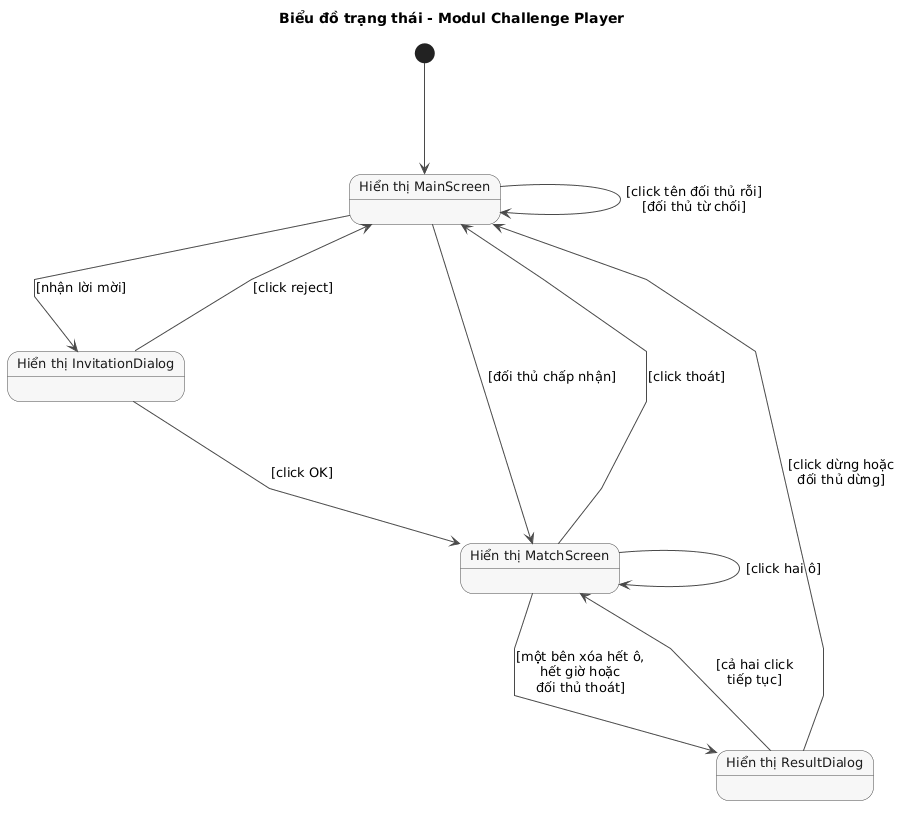
VattenL/mobile-pikachu keeps this PlantUML diagram as docs/uml/pha2/state-m3.png. Above is the earlier version.
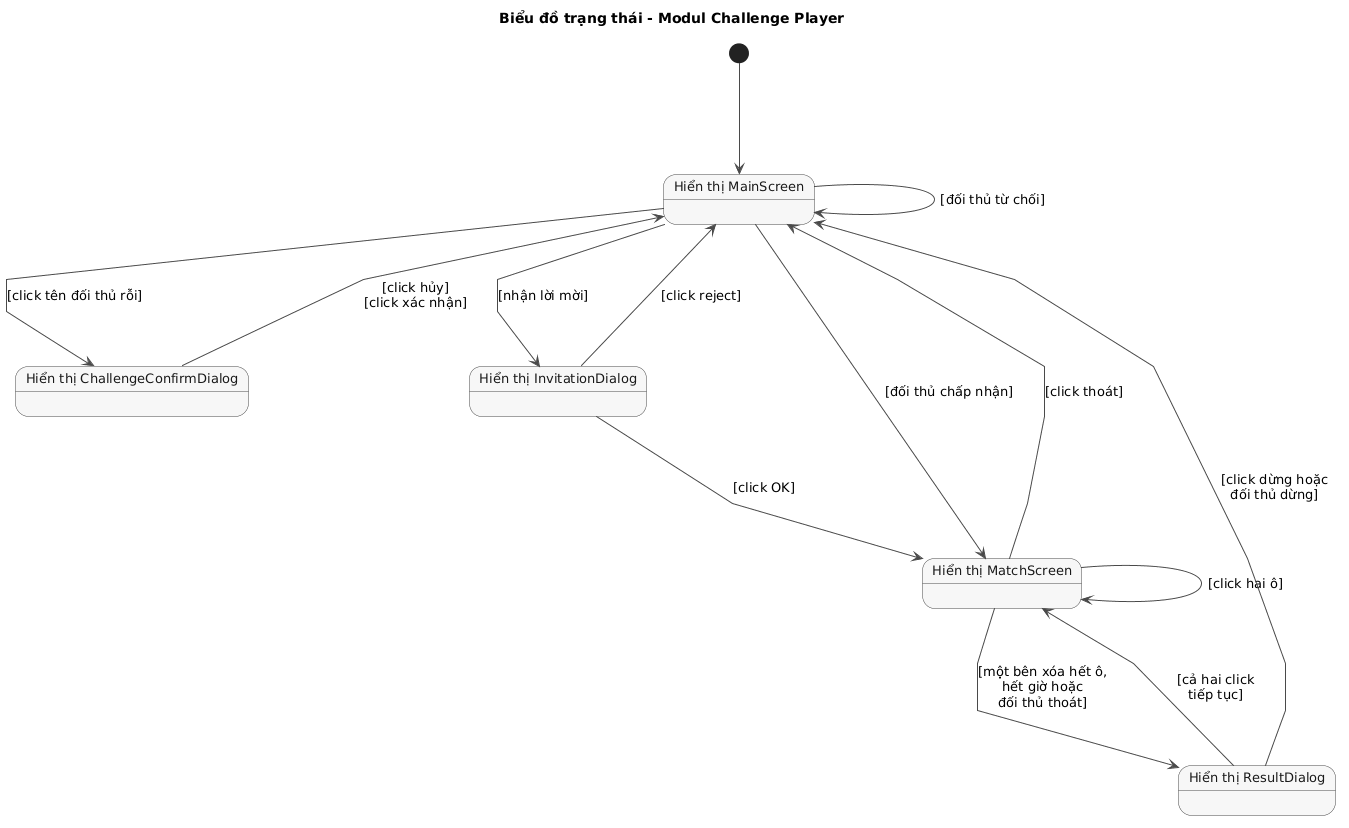
The same diagram one commit later.

What changed in the source:
```diff
@@ -14,12 +14,15 @@
 }
 
 state "Hiển thị MainScreen" as Main
+state "Hiển thị ChallengeConfirmDialog" as Confirm
 state "Hiển thị InvitationDialog" as Invitation
 state "Hiển thị MatchScreen" as Match
 state "Hiển thị ResultDialog" as Result
 
 [*] --> Main
-Main --> Main : [click tên đối thủ rỗi]\n[đối thủ từ chối]
+Main --> Confirm : [click tên đối thủ rỗi]
+Confirm --> Main : [click hủy]\n[click xác nhận]
+Main --> Main : [đối thủ từ chối]
 Main --> Invitation : [nhận lời mời]
 Invitation --> Main : [click reject]
 Invitation --> Match : [click OK]
```
